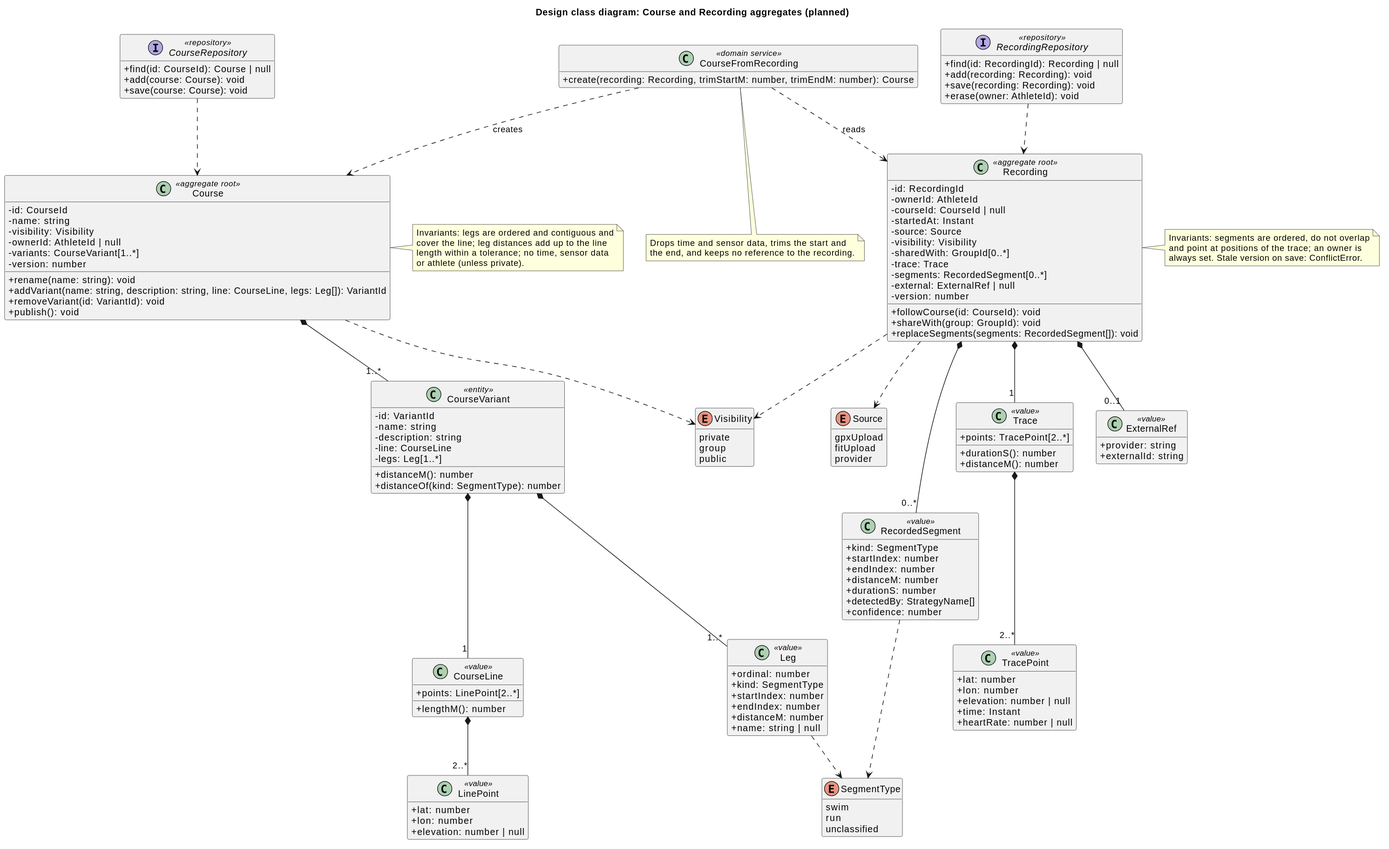
Earlier version of the PlantUML export docs/diagrams/dcd-course-recording.svg (swimrun/tigerlegs).
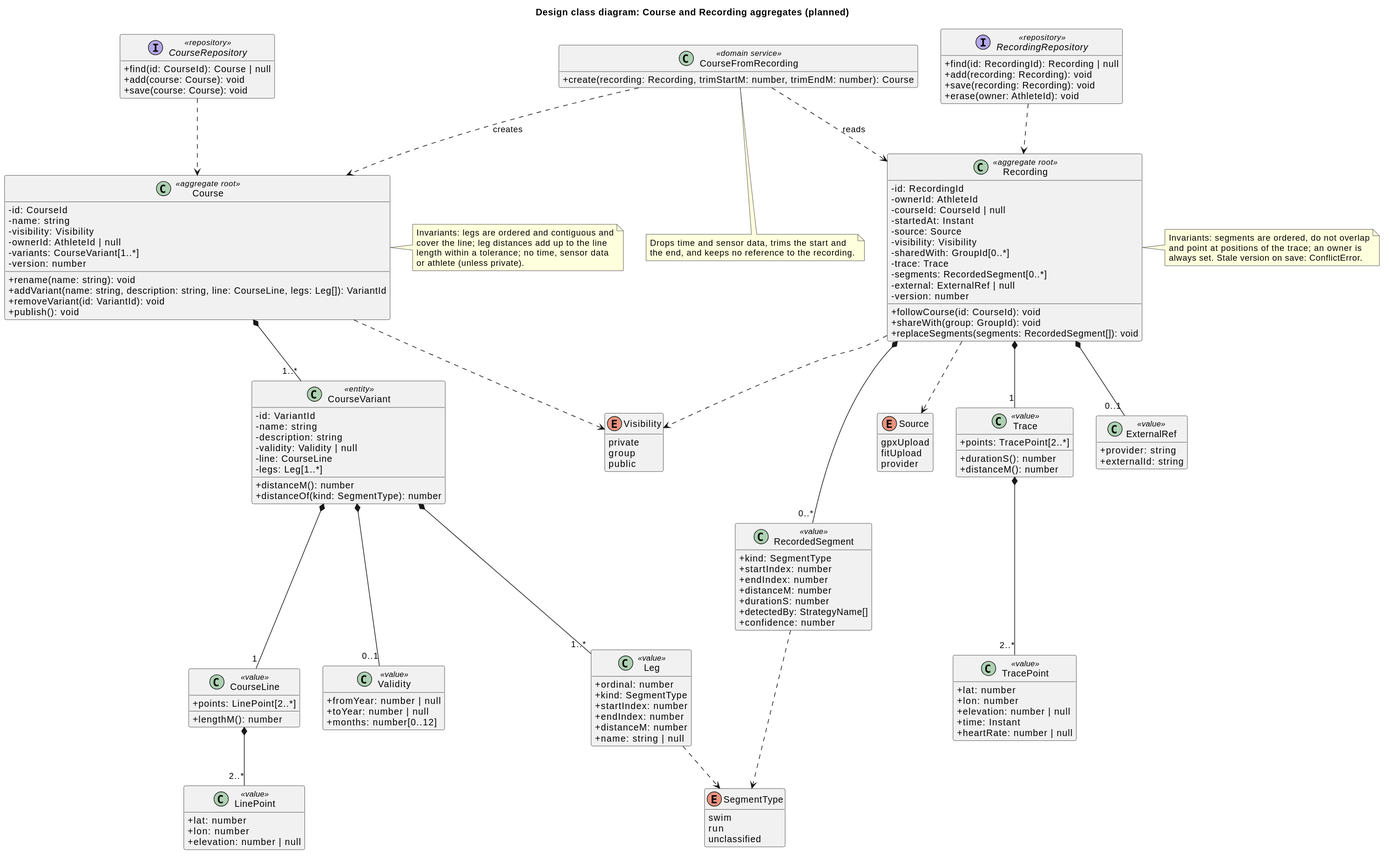
The same file after the commit.

Commit message:
Keep timestamps in samples, add validity to course variants (#72)

What changed in the source:
```diff
@@ -19,10 +19,16 @@
   -id: VariantId
   -name: string
   -description: string
+  -validity: Validity | null
   -line: CourseLine
   -legs: Leg[1..*]
   +distanceM(): number
   +distanceOf(kind: SegmentType): number
+}
+class Validity <<value>> {
+  +fromYear: number | null
+  +toYear: number | null
+  +months: number[0..12]
 }
 class CourseLine <<value>> {
   +points: LinePoint[2..*]
@@ -117,6 +123,7 @@
 
 Course *-- "1..*" CourseVariant
 CourseVariant *-- "1" CourseLine
+CourseVariant *-- "0..1" Validity
 CourseLine *-- "2..*" LinePoint
 CourseVariant *-- "1..*" Leg
 Leg ..> SegmentType
```
